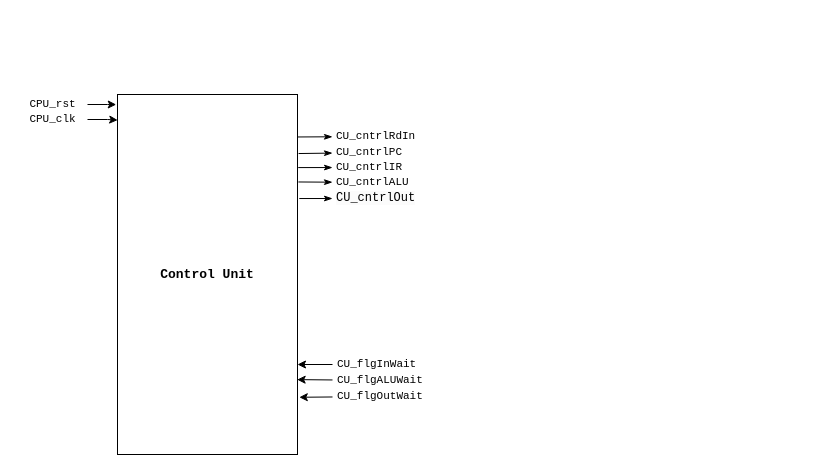
Vichu95/Basic_CPU_FPGA keeps this draw.io diagram as page "Block Diagram" (3 of 4) of 04_ControlUnit_v1/Untitled Diagram.drawio. Above is the earlier version. Source tidied: cells renumbered, new cells numbered last; positions are measured from the earlier drawing's top-left corner, leaving out a move shared by most shapes. Both pictures are drawn from the tidied source at 100%, with x=0, y=0 at pixel (17, 89).
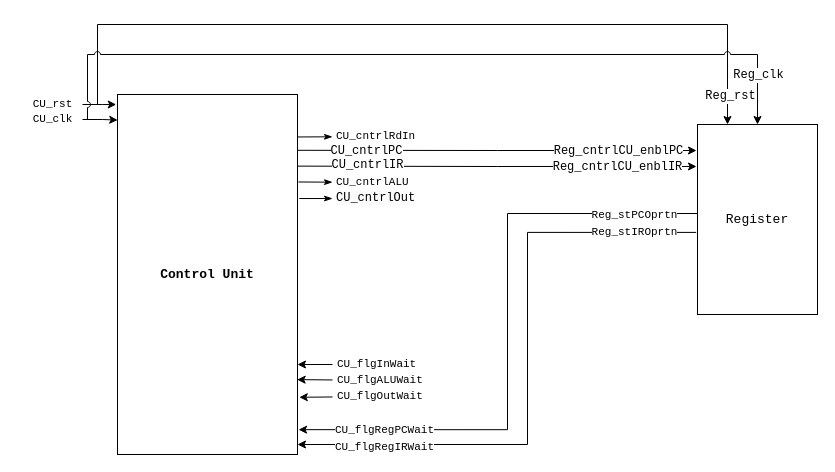
Above is the later version.

Commit message (it also covers changes not shown here):
Added Register to Block Diagram, its flow, overal updated CU

The change refers to these unchanged cells:
```xml
<mxCell id="2" value="&lt;b&gt;&lt;font style=&quot;font-size: 13px;&quot;&gt;Control Unit&lt;/font&gt;&lt;/b&gt;" style="rounded=0;whiteSpace=wrap;html=1;fontFamily=Courier New;fontSize=11;" parent="1" vertex="1">
  <mxGeometry x="100" y="5" width="180" height="360" as="geometry" />
</mxCell>
```

The edit, as a diff of the source:
```diff
@@
-    <mxCell id="4" value="CPU_rst" style="text;html=1;align=center;verticalAlign=middle;points=[];strokeColor=none;fillColor=none;fontSize=11;fontFamily=Courier New;" parent="1" vertex="1">
-      <mxGeometry width="70" height="30" as="geometry" />
+    <mxCell id="4" value="CU_rst" style="text;html=1;align=center;verticalAlign=middle;points=[];strokeColor=none;fillColor=none;fontSize=11;fontFamily=Courier New;" parent="1" vertex="1">
+      <mxGeometry x="5" width="60" height="30" as="geometry" />
     </mxCell>
@@
-    <mxCell id="6" value="CPU_clk" style="text;html=1;align=center;verticalAlign=middle;points=[];strokeColor=none;fillColor=none;fontSize=11;fontFamily=Courier New;" parent="1" vertex="1">
-      <mxGeometry y="15" width="70" height="30" as="geometry" />
+    <mxCell id="6" value="CU_clk" style="text;html=1;align=center;verticalAlign=middle;points=[];strokeColor=none;fillColor=none;fontSize=11;fontFamily=Courier New;" parent="1" vertex="1">
+      <mxGeometry x="5" y="15" width="60" height="30" as="geometry" />
     </mxCell>
@@
-    <mxCell id="9" style="rounded=0;jettySize=auto;html=1;fontFamily=Courier New;fontSize=11;startArrow=classicThin;startFill=1;endArrow=none;endFill=0;targetPerimeterSpacing=0;entryX=1.006;entryY=0.164;entryDx=0;entryDy=0;entryPerimeter=0;endSize=6;strokeWidth=1;startSize=6;sourcePerimeterSpacing=0;" parent="1" edge="1" source="10" target="2">
-      <mxGeometry relative="1" as="geometry" />
-    </mxCell>
-    <mxCell id="10" value="CU_cntrlPC" style="text;html=1;align=left;verticalAlign=middle;points=[];strokeColor=none;fillColor=none;fontSize=11;fontFamily=Courier New;spacingLeft=2;" parent="1" vertex="1">
-      <mxGeometry x="315" y="48" width="90" height="30" as="geometry" />
-    </mxCell>
-    <mxCell id="11" style="rounded=0;jettySize=auto;html=1;fontFamily=Courier New;fontSize=11;startArrow=classicThin;startFill=1;endArrow=none;endFill=0;targetPerimeterSpacing=0;entryX=1.004;entryY=0.203;entryDx=0;entryDy=0;entryPerimeter=0;endSize=6;strokeWidth=1;startSize=6;sourcePerimeterSpacing=0;" parent="1" edge="1" source="12" target="2">
-      <mxGeometry relative="1" as="geometry" />
-    </mxCell>
-    <mxCell id="12" value="CU_cntrlIR" style="text;html=1;align=left;verticalAlign=middle;points=[];strokeColor=none;fillColor=none;fontSize=11;fontFamily=Courier New;spacingLeft=2;" parent="1" vertex="1">
-      <mxGeometry x="315" y="63" width="90" height="30" as="geometry" />
-    </mxCell>
@@
+    <mxCell id="23" style="edgeStyle=orthogonalEdgeStyle;rounded=0;jettySize=auto;html=1;exitX=0;exitY=0.75;exitDx=0;exitDy=0;entryX=1.006;entryY=0.931;entryDx=0;entryDy=0;entryPerimeter=0;strokeWidth=1;fontFamily=Courier New;fontSize=13;startArrow=none;startFill=0;endArrow=classic;endFill=1;startSize=6;endSize=6;sourcePerimeterSpacing=0;targetPerimeterSpacing=0;" parent="1" edge="1" source="37" target="2">
+      <mxGeometry relative="1" as="geometry">
+        <Array as="points">
+          <mxPoint x="490" y="124" />
+          <mxPoint x="490" y="340" />
+        </Array>
+      </mxGeometry>
+    </mxCell>
+    <mxCell id="24" value="CU_flgRegPCWait" style="edgeLabel;html=1;align=center;verticalAlign=middle;fontSize=11;fontFamily=Courier New;spacingLeft=2;spacing=3;spacingRight=3;" parent="23" vertex="1">
+      <mxGeometry x="0.75" relative="1" as="geometry">
+        <mxPoint x="2" as="offset" />
+      </mxGeometry>
+    </mxCell>
+    <mxCell id="25" value="Reg_stPCOprtn" style="edgeLabel;html=1;align=center;verticalAlign=middle;fontSize=11;fontFamily=Courier New;" parent="23" vertex="1">
+      <mxGeometry x="-0.63" y="1" relative="1" as="geometry">
+        <mxPoint x="7" as="offset" />
+      </mxGeometry>
+    </mxCell>
+    <mxCell id="26" style="edgeStyle=orthogonalEdgeStyle;rounded=0;jettySize=auto;html=1;exitX=-0.008;exitY=0.137;exitDx=0;exitDy=0;entryX=1;entryY=0.155;entryDx=0;entryDy=0;entryPerimeter=0;strokeWidth=1;fontFamily=Courier New;fontSize=13;startArrow=classic;startFill=1;endArrow=none;endFill=0;startSize=6;endSize=6;sourcePerimeterSpacing=0;targetPerimeterSpacing=0;exitPerimeter=0;" parent="1" edge="1" source="37" target="2">
+      <mxGeometry relative="1" as="geometry" />
+    </mxCell>
+    <mxCell id="10" value="CU_cntrlPC" style="edgeLabel;html=1;align=center;verticalAlign=middle;points=[];fontSize=12;fontFamily=Courier New;" parent="26" vertex="1">
+      <mxGeometry x="0.23" y="-2" relative="1" as="geometry">
+        <mxPoint x="-85" y="3" as="offset" />
+      </mxGeometry>
+    </mxCell>
+    <mxCell id="27" value="Reg_cntrlCU_enblPC" style="edgeLabel;html=1;align=center;verticalAlign=middle;fontSize=12;fontFamily=Courier New;" parent="26" vertex="1">
+      <mxGeometry x="-0.77" relative="1" as="geometry">
+        <mxPoint x="-33" as="offset" />
+      </mxGeometry>
+    </mxCell>
+    <mxCell id="28" style="edgeStyle=orthogonalEdgeStyle;rounded=0;jettySize=auto;html=1;exitX=-0.008;exitY=0.221;exitDx=0;exitDy=0;entryX=1.002;entryY=0.199;entryDx=0;entryDy=0;entryPerimeter=0;strokeWidth=1;fontFamily=Courier New;fontSize=12;startArrow=classic;startFill=1;endArrow=none;endFill=0;startSize=6;endSize=6;sourcePerimeterSpacing=0;targetPerimeterSpacing=0;exitPerimeter=0;" parent="1" edge="1" source="37" target="2">
+      <mxGeometry relative="1" as="geometry" />
+    </mxCell>
+    <mxCell id="12" value="CU_cntrlIR" style="edgeLabel;html=1;align=center;verticalAlign=middle;points=[];fontSize=12;fontFamily=Courier New;" parent="28" vertex="1">
+      <mxGeometry x="0.4" y="-1" relative="1" as="geometry">
+        <mxPoint x="-51" as="offset" />
+      </mxGeometry>
+    </mxCell>
+    <mxCell id="29" value="Reg_cntrlCU_enblIR" style="edgeLabel;html=1;align=center;verticalAlign=middle;fontSize=12;fontFamily=Courier New;" parent="28" vertex="1">
+      <mxGeometry x="-0.66" y="1" relative="1" as="geometry">
+        <mxPoint x="-12" as="offset" />
+      </mxGeometry>
+    </mxCell>
+    <mxCell id="30" style="edgeStyle=orthogonalEdgeStyle;rounded=0;jettySize=auto;html=1;exitX=0.25;exitY=0;exitDx=0;exitDy=0;strokeWidth=1;fontFamily=Courier New;fontSize=12;startArrow=classic;startFill=1;endArrow=none;endFill=0;startSize=6;endSize=6;sourcePerimeterSpacing=0;targetPerimeterSpacing=0;" parent="1" edge="1" source="37">
+      <mxGeometry relative="1" as="geometry">
+        <mxPoint x="80" y="15" as="targetPoint" />
+        <Array as="points">
+          <mxPoint x="710" y="-65" />
+          <mxPoint x="80" y="-65" />
+        </Array>
+      </mxGeometry>
+    </mxCell>
+    <mxCell id="31" value="Reg_rst" style="edgeLabel;html=1;align=center;verticalAlign=middle;fontSize=12;fontFamily=Courier New;labelPosition=center;verticalLabelPosition=middle;" parent="30" vertex="1">
+      <mxGeometry x="-0.91" y="-2" relative="1" as="geometry">
+        <mxPoint y="7" as="offset" />
+      </mxGeometry>
+    </mxCell>
+    <mxCell id="32" style="edgeStyle=orthogonalEdgeStyle;rounded=0;jettySize=auto;html=1;exitX=0.5;exitY=0;exitDx=0;exitDy=0;strokeWidth=1;fontFamily=Courier New;fontSize=12;startArrow=classic;startFill=1;endArrow=none;endFill=0;startSize=6;endSize=6;sourcePerimeterSpacing=0;targetPerimeterSpacing=0;jumpStyle=arc;" parent="1" edge="1" source="37">
+      <mxGeometry relative="1" as="geometry">
+        <mxPoint x="70" y="30" as="targetPoint" />
+        <Array as="points">
+          <mxPoint x="740" y="-35" />
+          <mxPoint x="70" y="-35" />
+        </Array>
+      </mxGeometry>
+    </mxCell>
+    <mxCell id="33" value="Reg_clk" style="edgeLabel;html=1;align=center;verticalAlign=middle;fontSize=12;fontFamily=Courier New;" parent="32" vertex="1">
+      <mxGeometry x="-0.84" y="-1" relative="1" as="geometry">
+        <mxPoint x="-1" y="14" as="offset" />
+      </mxGeometry>
+    </mxCell>
+    <mxCell id="34" style="edgeStyle=orthogonalEdgeStyle;rounded=0;jumpStyle=arc;jettySize=auto;html=1;exitX=-0.011;exitY=0.568;exitDx=0;exitDy=0;strokeWidth=1;fontFamily=Courier New;fontSize=12;startArrow=none;startFill=0;endArrow=classic;endFill=1;startSize=6;endSize=6;sourcePerimeterSpacing=0;targetPerimeterSpacing=0;exitPerimeter=0;" parent="1" edge="1" source="37">
+      <mxGeometry relative="1" as="geometry">
+        <mxPoint x="280" y="355" as="targetPoint" />
+        <Array as="points">
+          <mxPoint x="510" y="143" />
+          <mxPoint x="510" y="355" />
+        </Array>
+      </mxGeometry>
+    </mxCell>
+    <mxCell id="35" value="CU_flgRegIRWait" style="edgeLabel;html=1;align=center;verticalAlign=middle;fontSize=11;fontFamily=Courier New;" parent="34" vertex="1">
+      <mxGeometry x="0.78" y="2" relative="1" as="geometry">
+        <mxPoint x="20" as="offset" />
+      </mxGeometry>
+    </mxCell>
+    <mxCell id="36" value="Reg_stIROprtn" style="edgeLabel;html=1;align=center;verticalAlign=middle;fontSize=11;fontFamily=Courier New;" parent="34" vertex="1">
+      <mxGeometry x="-0.77" relative="1" as="geometry">
+        <mxPoint x="8" as="offset" />
+      </mxGeometry>
+    </mxCell>
+    <mxCell id="37" value="Register" style="whiteSpace=wrap;html=1;fontFamily=Courier New;fontSize=13;" parent="1" vertex="1">
+      <mxGeometry x="680" y="35" width="120" height="190" as="geometry" />
+    </mxCell>
```
